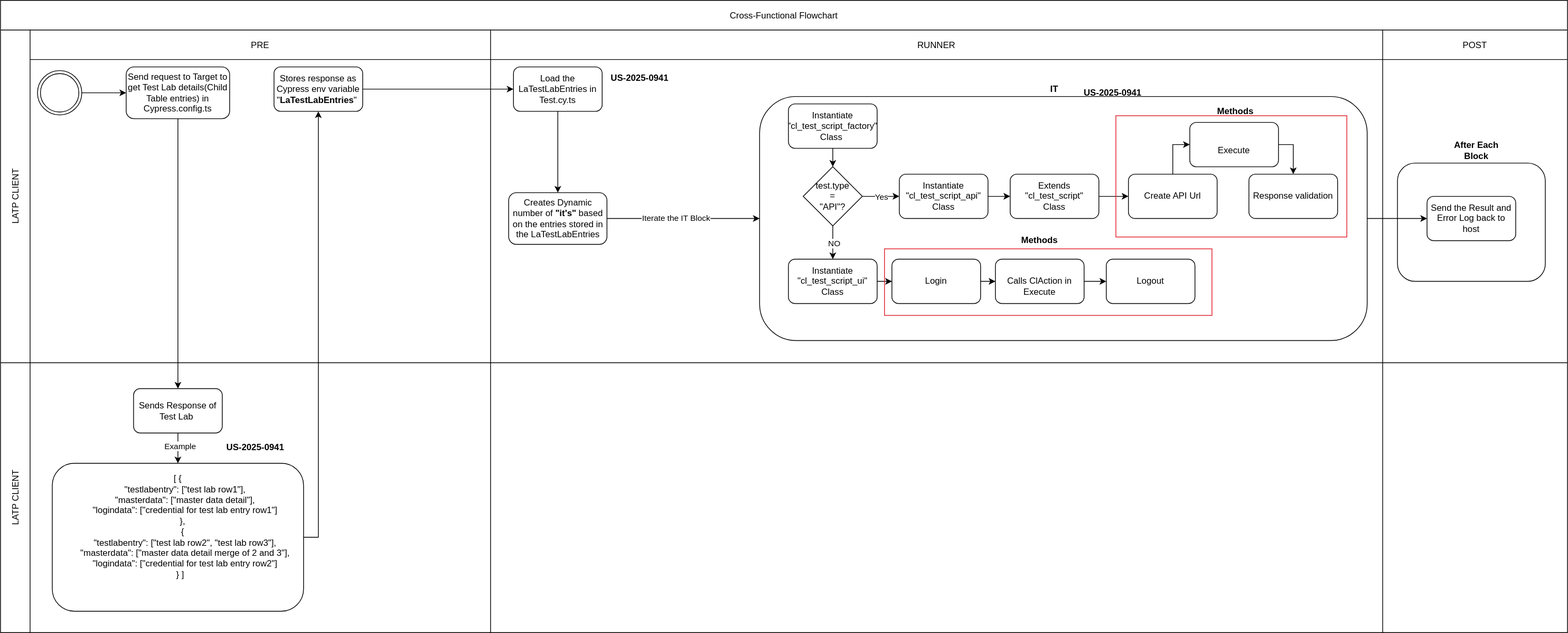
This is BPMN/Restructure-LATP-Class.svg from lmnaslimited/lens_ai_test_pilot, a draw.io export, as it was before one commit. Source tidied: cells renumbered, new cells last; positions are measured from the earlier drawing's top-left corner, leaving out a move shared by most shapes.
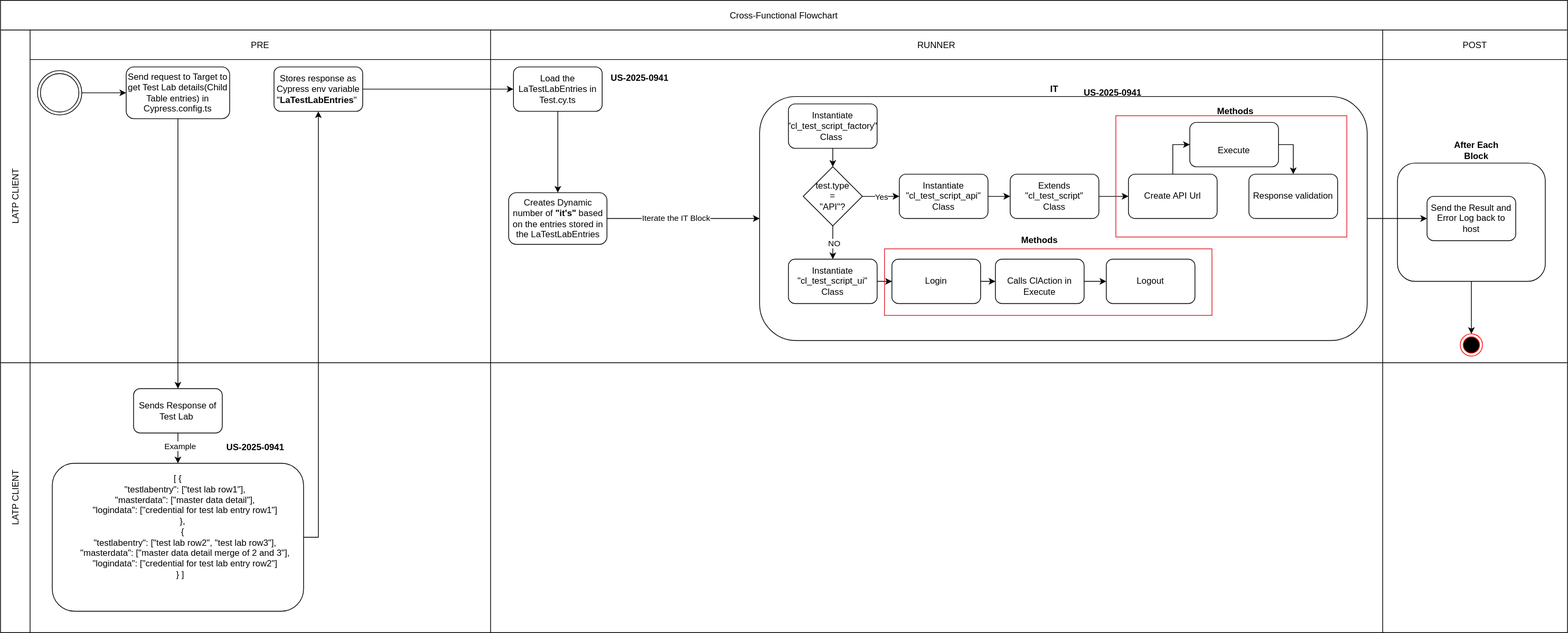
The same diagram one commit later.

Commit message:
Update the restructuring BPMN

What changed in the source:
```diff
@@ -135,12 +135,18 @@
     <mxCell id="44" value="POST" style="swimlane;swimlaneHead=0;swimlaneBody=0;fontStyle=0;strokeColor=inherit;fillColor=#FFFFFF00;startSize=40;" parent="3" vertex="1">
       <mxGeometry x="1870" width="250" height="450" as="geometry" />
     </mxCell>
+    <mxCell id="63" style="edgeStyle=orthogonalEdgeStyle;rounded=0;jettySize=auto;html=1;entryX=0.5;entryY=0;entryDx=0;entryDy=0;" parent="44" edge="1" source="45" target="64">
+      <mxGeometry relative="1" as="geometry" />
+    </mxCell>
     <mxCell id="45" style="rounded=1;whiteSpace=wrap;html=1;" parent="44" vertex="1">
       <mxGeometry x="20" y="180" width="200" height="160" as="geometry" />
     </mxCell>
     <mxCell id="46" value="Send the Result and Error Log back to host" style="rounded=1;whiteSpace=wrap;html=1;" parent="44" vertex="1">
       <mxGeometry x="60" y="225" width="120" height="60" as="geometry" />
     </mxCell>
+    <mxCell id="64" style="ellipse;html=1;shape=endState;fillColor=#000000;strokeColor=#ff0000;" parent="44" vertex="1">
+      <mxGeometry x="105" y="411" width="30" height="30" as="geometry" />
+    </mxCell>
     <mxCell id="47" style="edgeStyle=orthogonalEdgeStyle;rounded=0;jettySize=auto;html=1;exitX=1;exitY=0.5;exitDx=0;exitDy=0;entryX=0;entryY=0.5;entryDx=0;entryDy=0;" parent="3" edge="1" source="8" target="11">
       <mxGeometry relative="1" as="geometry" />
     </mxCell>
```
